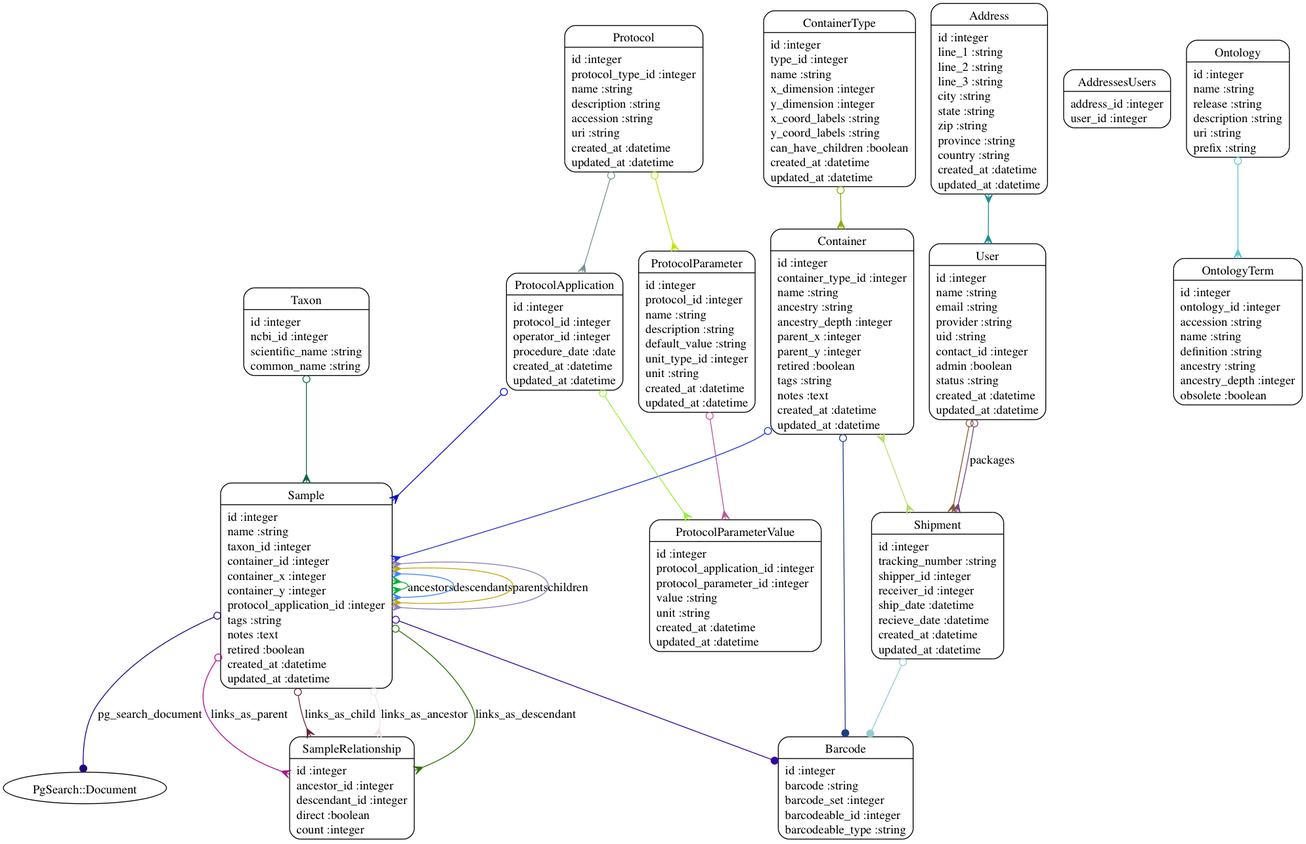
Earlier version of the Graphviz export models.png (dimitras/collos). Its source is kept beside it as models.dot.
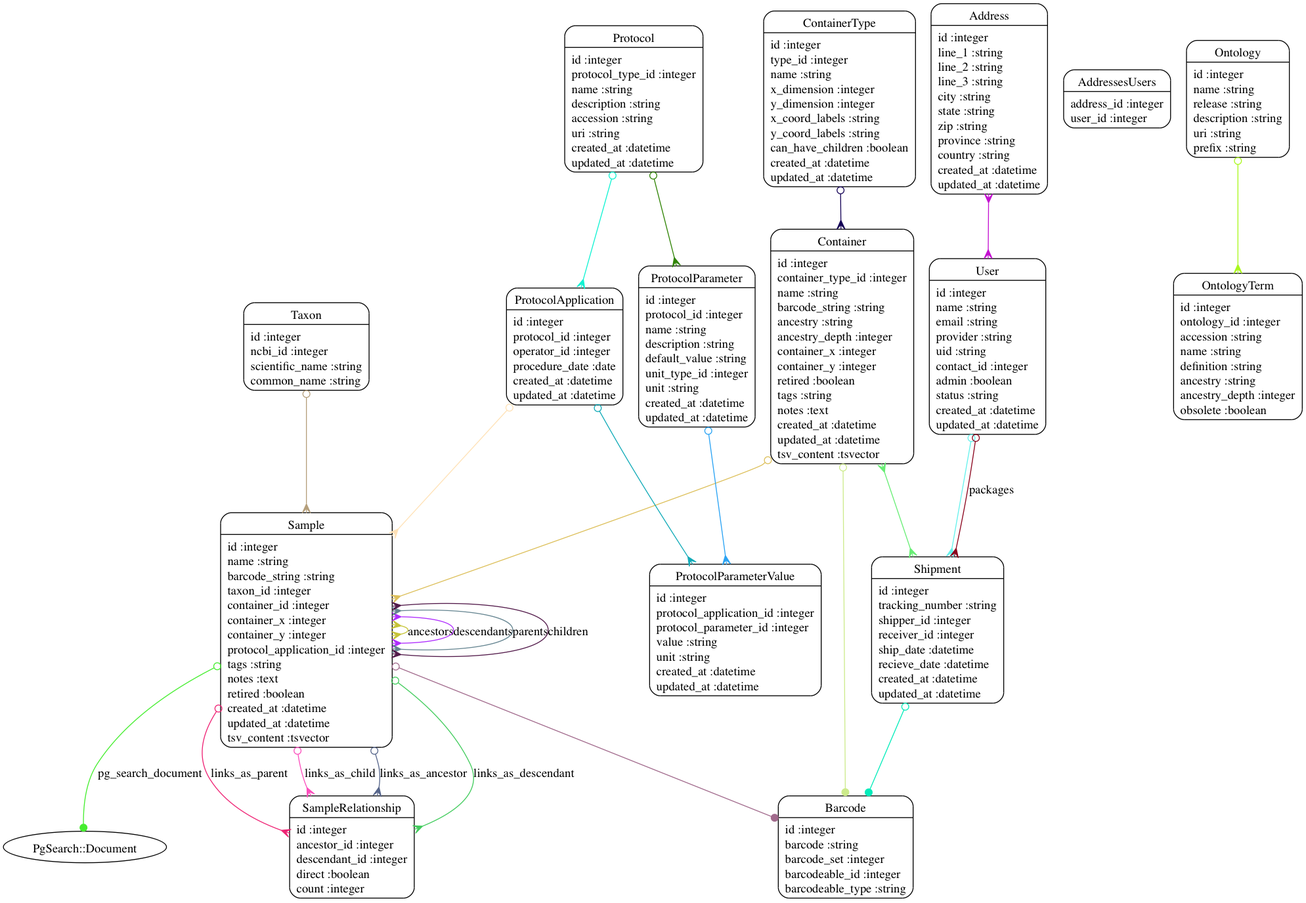
After the commit.

The edit, as a diff of the source:
```diff
@@ -3,7 +3,7 @@
 	"Address" [shape=Mrecord, label="{Address|id :integer\lline_1 :string\lline_2 :string\lline_3 :string\lcity :string\lstate :string\lzip :string\lprovince :string\lcountry :string\lcreated_at :datetime\lupdated_at :datetime\l}"]
 	"AddressesUsers" [shape=Mrecord, label="{AddressesUsers|address_id :integer\luser_id :integer\l}"]
 	"Barcode" [shape=Mrecord, label="{Barcode|id :integer\lbarcode :string\lbarcode_set :integer\lbarcodeable_id :integer\lbarcodeable_type :string\l}"]
-	"Container" [shape=Mrecord, label="{Container|id :integer\lcontainer_type_id :integer\lname :string\lancestry :string\lancestry_depth :integer\lparent_x :integer\lparent_y :integer\lretired :boolean\ltags :string\lnotes :text\lcreated_at :datetime\lupdated_at :datetime\l}"]
+	"Container" [shape=Mrecord, label="{Container|id :integer\lcontainer_type_id :integer\lname :string\lbarcode_string :string\lancestry :string\lancestry_depth :integer\lcontainer_x :integer\lcontainer_y :integer\lretired :boolean\ltags :string\lnotes :text\lcreated_at :datetime\lupdated_at :datetime\ltsv_content :tsvector\l}"]
 	"ContainerType" [shape=Mrecord, label="{ContainerType|id :integer\ltype_id :integer\lname :string\lx_dimension :integer\ly_dimension :integer\lx_coord_labels :string\ly_coord_labels :string\lcan_have_children :boolean\lcreated_at :datetime\lupdated_at :datetime\l}"]
 	"Ontology" [shape=Mrecord, label="{Ontology|id :integer\lname :string\lrelease :string\ldescription :string\luri :string\lprefix :string\l}"]
 	"OntologyTerm" [shape=Mrecord, label="{OntologyTerm|id :integer\lontology_id :integer\laccession :string\lname :string\ldefinition :string\lancestry :string\lancestry_depth :integer\lobsolete :boolean\l}"]
@@ -11,34 +11,34 @@
 	"ProtocolApplication" [shape=Mrecord, label="{ProtocolApplication|id :integer\lprotocol_id :integer\loperator_id :integer\lprocedure_date :date\lcreated_at :datetime\lupdated_at :datetime\l}"]
 	"ProtocolParameter" [shape=Mrecord, label="{ProtocolParameter|id :integer\lprotocol_id :integer\lname :string\ldescription :string\ldefault_value :string\lunit_type_id :integer\lunit :string\lcreated_at :datetime\lupdated_at :datetime\l}"]
 	"ProtocolParameterValue" [shape=Mrecord, label="{ProtocolParameterValue|id :integer\lprotocol_application_id :integer\lprotocol_parameter_id :integer\lvalue :string\lunit :string\lcreated_at :datetime\lupdated_at :datetime\l}"]
-	"Sample" [shape=Mrecord, label="{Sample|id :integer\lname :string\ltaxon_id :integer\lcontainer_id :integer\lcontainer_x :integer\lcontainer_y :integer\lprotocol_application_id :integer\ltags :string\lnotes :text\lretired :boolean\lcreated_at :datetime\lupdated_at :datetime\l}"]
+	"Sample" [shape=Mrecord, label="{Sample|id :integer\lname :string\lbarcode_string :string\ltaxon_id :integer\lcontainer_id :integer\lcontainer_x :integer\lcontainer_y :integer\lprotocol_application_id :integer\ltags :string\lnotes :text\lretired :boolean\lcreated_at :datetime\lupdated_at :datetime\ltsv_content :tsvector\l}"]
 	"SampleRelationship" [shape=Mrecord, label="{SampleRelationship|id :integer\lancestor_id :integer\ldescendant_id :integer\ldirect :boolean\lcount :integer\l}"]
 	"Shipment" [shape=Mrecord, label="{Shipment|id :integer\ltracking_number :string\lshipper_id :integer\lreceiver_id :integer\lship_date :datetime\lrecieve_date :datetime\lcreated_at :datetime\lupdated_at :datetime\l}"]
 	"Taxon" [shape=Mrecord, label="{Taxon|id :integer\lncbi_id :integer\lscientific_name :string\lcommon_name :string\l}"]
 	"User" [shape=Mrecord, label="{User|id :integer\lname :string\lemail :string\lprovider :string\luid :string\lcontact_id :integer\ladmin :boolean\lstatus :string\lcreated_at :datetime\lupdated_at :datetime\l}"]
-	"Address" -> "User" [arrowtail=crow, arrowhead=crow, dir=both color="#218B96"]
-	"Container" -> "Sample" [arrowtail=odot, arrowhead=crow, dir=both color="#1C30D6"]
-	"Container" -> "Barcode" [arrowtail=odot, arrowhead=dot, dir=both color="#1C3D89"]
-	"Container" -> "Shipment" [arrowtail=crow, arrowhead=crow, dir=both color="#B7DC6F"]
-	"ContainerType" -> "Container" [arrowtail=odot, arrowhead=crow, dir=both color="#94A50F"]
-	"Ontology" -> "OntologyTerm" [arrowtail=odot, arrowhead=crow, dir=both color="#5BC6D8"]
-	"Protocol" -> "ProtocolApplication" [arrowtail=odot, arrowhead=crow, dir=both color="#799395"]
-	"Protocol" -> "ProtocolParameter" [arrowtail=odot, arrowhead=crow, dir=both color="#BFE50E"]
-	"ProtocolApplication" -> "Sample" [arrowtail=odot, arrowhead=crow, dir=both color="#020BC5"]
-	"ProtocolApplication" -> "ProtocolParameterValue" [arrowtail=odot, arrowhead=crow, dir=both color="#94F331"]
-	"ProtocolParameter" -> "ProtocolParameterValue" [arrowtail=odot, arrowhead=crow, dir=both color="#B8569C"]
-	"Sample" -> "Barcode" [arrowtail=odot, arrowhead=dot, dir=both color="#340599"]
-	"Sample" -> "SampleRelationship" [label="links_as_ancestor", arrowtail=odot, arrowhead=crow, dir=both color="#F2E2E3"]
-	"Sample" -> "SampleRelationship" [label="links_as_descendant", arrowtail=odot, arrowhead=crow, dir=both color="#2C6C08"]
-	"Sample" -> "Sample" [label="ancestors", arrowtail=crow, arrowhead=crow, dir=both color="#00B230"]
-	"Sample" -> "Sample" [label="descendants", arrowtail=crow, arrowhead=crow, dir=both color="#3A85FB"]
-	"Sample" -> "SampleRelationship" [label="links_as_parent", arrowtail=odot, arrowhead=crow, dir=both color="#A9128E"]
-	"Sample" -> "SampleRelationship" [label="links_as_child", arrowtail=odot, arrowhead=crow, dir=both color="#65243F"]
-	"Sample" -> "Sample" [label="parents", arrowtail=crow, arrowhead=crow, dir=both color="#C4A608"]
-	"Sample" -> "Sample" [label="children", arrowtail=crow, arrowhead=crow, dir=both color="#8B7EB8"]
-	"Sample" -> "PgSearch::Document" [label="pg_search_document", arrowtail=odot, arrowhead=dot, dir=both color="#22037A"]
-	"Shipment" -> "Barcode" [arrowtail=odot, arrowhead=dot, dir=both color="#90CCD3"]
-	"Taxon" -> "Sample" [arrowtail=odot, arrowhead=crow, dir=both color="#0F674E"]
-	"User" -> "Shipment" [arrowtail=odot, arrowhead=crow, dir=both color="#89592C"]
-	"User" -> "Shipment" [label="packages", arrowtail=odot, arrowhead=crow, dir=both color="#7A4676"]
+	"Address" -> "User" [arrowtail=crow, arrowhead=crow, dir=both color="#C310D0"]
+	"Container" -> "Sample" [arrowtail=odot, arrowhead=crow, dir=both color="#DCBF5B"]
+	"Container" -> "Barcode" [arrowtail=odot, arrowhead=dot, dir=both color="#CCEA8B"]
+	"Container" -> "Shipment" [arrowtail=crow, arrowhead=crow, dir=both color="#67ED74"]
+	"ContainerType" -> "Container" [arrowtail=odot, arrowhead=crow, dir=both color="#140256"]
+	"Ontology" -> "OntologyTerm" [arrowtail=odot, arrowhead=crow, dir=both color="#AAF71D"]
+	"Protocol" -> "ProtocolApplication" [arrowtail=odot, arrowhead=crow, dir=both color="#10F2D2"]
+	"Protocol" -> "ProtocolParameter" [arrowtail=odot, arrowhead=crow, dir=both color="#2F8304"]
+	"ProtocolApplication" -> "Sample" [arrowtail=odot, arrowhead=crow, dir=both color="#FEE1B6"]
+	"ProtocolApplication" -> "ProtocolParameterValue" [arrowtail=odot, arrowhead=crow, dir=both color="#11AAB7"]
+	"ProtocolParameter" -> "ProtocolParameterValue" [arrowtail=odot, arrowhead=crow, dir=both color="#29A2F3"]
+	"Sample" -> "Barcode" [arrowtail=odot, arrowhead=dot, dir=both color="#A16A8C"]
+	"Sample" -> "SampleRelationship" [label="links_as_ancestor", arrowtail=odot, arrowhead=crow, dir=both color="#56658A"]
+	"Sample" -> "SampleRelationship" [label="links_as_descendant", arrowtail=odot, arrowhead=crow, dir=both color="#41CB5C"]
+	"Sample" -> "Sample" [label="ancestors", arrowtail=crow, arrowhead=crow, dir=both color="#C5C336"]
+	"Sample" -> "Sample" [label="descendants", arrowtail=crow, arrowhead=crow, dir=both color="#AE2CFD"]
+	"Sample" -> "SampleRelationship" [label="links_as_parent", arrowtail=odot, arrowhead=crow, dir=both color="#EE2374"]
+	"Sample" -> "SampleRelationship" [label="links_as_child", arrowtail=odot, arrowhead=crow, dir=both color="#FB4EBC"]
+	"Sample" -> "Sample" [label="parents", arrowtail=crow, arrowhead=crow, dir=both color="#648490"]
+	"Sample" -> "Sample" [label="children", arrowtail=crow, arrowhead=crow, dir=both color="#521A4A"]
+	"Sample" -> "PgSearch::Document" [label="pg_search_document", arrowtail=odot, arrowhead=dot, dir=both color="#45ED2F"]
+	"Shipment" -> "Barcode" [arrowtail=odot, arrowhead=dot, dir=both color="#04EBBA"]
+	"Taxon" -> "Sample" [arrowtail=odot, arrowhead=crow, dir=both color="#B59F7B"]
+	"User" -> "Shipment" [arrowtail=odot, arrowhead=crow, dir=both color="#64F1EC"]
+	"User" -> "Shipment" [label="packages", arrowtail=odot, arrowhead=crow, dir=both color="#8A041D"]
 }
```
